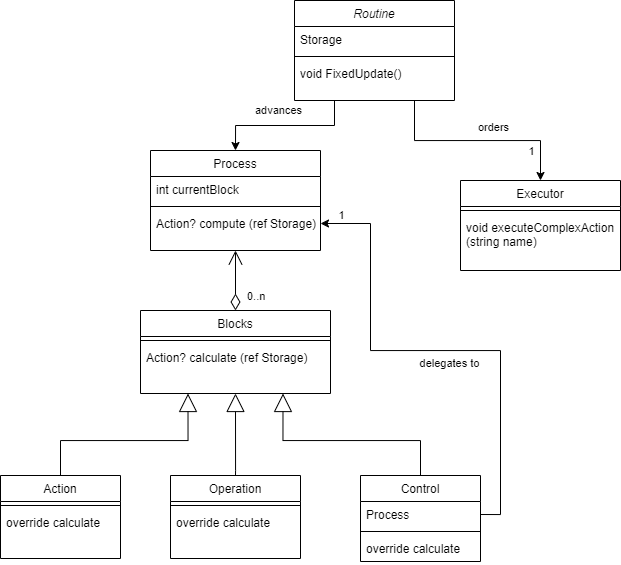
Before: Assets/Diagram.drawio.png, a diagram exported from draw.io (cahofman13/ThesisCH23). Source tidied: cells renumbered, new cells last; positions are measured from the earlier drawing's top-left corner, leaving out a move shared by most shapes.
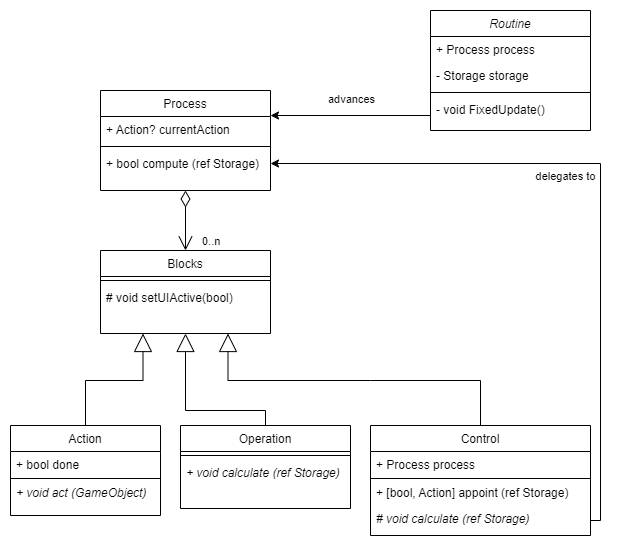
After the change.

What changed in the source:
```diff
@@ -2,111 +2,97 @@
   <root>
     <mxCell id="0" />
     <mxCell id="1" parent="0" />
-    <mxCell id="2" style="edgeStyle=orthogonalEdgeStyle;rounded=0;jettySize=auto;html=1;exitX=0.75;exitY=1;exitDx=0;exitDy=0;entryX=0.5;entryY=0;entryDx=0;entryDy=0;" parent="1" edge="1" source="8" target="19">
-      <mxGeometry relative="1" as="geometry" />
-    </mxCell>
-    <mxCell id="3" value="orders" style="edgeLabel;html=1;align=center;verticalAlign=middle;" parent="2" vertex="1">
-      <mxGeometry x="0.38" y="3" relative="1" as="geometry">
-        <mxPoint x="-23" y="-11" as="offset" />
-      </mxGeometry>
-    </mxCell>
-    <mxCell id="4" value="1" style="edgeLabel;html=1;align=center;verticalAlign=middle;" parent="2" vertex="1">
-      <mxGeometry x="0.46" y="-1" relative="1" as="geometry">
-        <mxPoint x="6" y="9" as="offset" />
-      </mxGeometry>
-    </mxCell>
-    <mxCell id="5" style="edgeStyle=orthogonalEdgeStyle;rounded=0;jettySize=auto;html=1;exitX=0.25;exitY=1;exitDx=0;exitDy=0;entryX=0.5;entryY=0;entryDx=0;entryDy=0;" parent="1" edge="1" source="8" target="15">
-      <mxGeometry relative="1" as="geometry" />
+    <mxCell id="5" style="edgeStyle=orthogonalEdgeStyle;rounded=0;jettySize=auto;html=1;exitX=0;exitY=0.5;exitDx=0;exitDy=0;entryX=1;entryY=0.25;entryDx=0;entryDy=0;" parent="1" edge="1" source="11" target="15">
+      <mxGeometry relative="1" as="geometry">
+        <Array as="points">
+          <mxPoint x="480" y="175" />
+        </Array>
+      </mxGeometry>
     </mxCell>
     <mxCell id="6" value="advances" style="edgeLabel;html=1;align=center;verticalAlign=middle;" parent="5" vertex="1">
       <mxGeometry x="0.27" y="1" relative="1" as="geometry">
-        <mxPoint x="13" y="-17" as="offset" />
+        <mxPoint x="21" y="-17" as="offset" />
       </mxGeometry>
     </mxCell>
-    <mxCell id="7" value="1" style="edgeLabel;html=1;align=center;verticalAlign=middle;" parent="5" vertex="1">
-      <mxGeometry x="0.51" y="2" relative="1" as="geometry">
-        <mxPoint x="5" y="28" as="offset" />
-      </mxGeometry>
-    </mxCell>
     <mxCell id="8" value="Routine" style="swimlane;fontStyle=2;align=center;verticalAlign=top;horizontal=1;startSize=26;rounded=0;shadow=0;strokeWidth=1;" parent="1" vertex="1">
-      <mxGeometry x="294" width="160" height="100" as="geometry" />
+      <mxGeometry x="480" y="70" width="160" height="120" as="geometry" />
     </mxCell>
+    <mxCell id="39" value="+ Process process" style="text;align=left;verticalAlign=top;spacingLeft=4;spacingRight=4;overflow=hidden;" parent="8" vertex="1">
+      <mxGeometry y="26" width="160" height="26" as="geometry" />
+    </mxCell>
-    <mxCell id="9" value="Storage" style="text;align=left;verticalAlign=top;spacingLeft=4;spacingRight=4;overflow=hidden;" parent="8" vertex="1">
-      <mxGeometry y="26" width="160" height="26" as="geometry" />
+    <mxCell id="9" value="- Storage storage" style="text;align=left;verticalAlign=top;spacingLeft=4;spacingRight=4;overflow=hidden;" parent="8" vertex="1">
+      <mxGeometry y="52" width="160" height="26" as="geometry" />
     </mxCell>
     <mxCell id="10" style="line;html=1;strokeWidth=1;align=left;verticalAlign=middle;spacingTop=-1;spacingLeft=3;spacingRight=3;labelPosition=right;" parent="8" vertex="1">
-      <mxGeometry y="52" width="160" height="8" as="geometry" />
+      <mxGeometry y="78" width="160" height="8" as="geometry" />
     </mxCell>
-    <mxCell id="11" value="void FixedUpdate() " style="text;align=left;verticalAlign=top;spacingLeft=4;spacingRight=4;overflow=hidden;points=[[0,0.5],[1,0.5]];portConstraint=eastwest;" parent="8" vertex="1">
-      <mxGeometry y="60" width="160" height="26" as="geometry" />
+    <mxCell id="11" value="- void FixedUpdate() " style="text;align=left;verticalAlign=top;spacingLeft=4;spacingRight=4;overflow=hidden;points=[[0,0.5],[1,0.5]];portConstraint=eastwest;" parent="8" vertex="1">
+      <mxGeometry y="86" width="160" height="34" as="geometry" />
     </mxCell>
     <mxCell id="12" value="Blocks" style="swimlane;fontStyle=0;align=center;verticalAlign=top;horizontal=1;startSize=26;rounded=0;shadow=0;strokeWidth=1;" parent="1" vertex="1">
-      <mxGeometry x="140" y="310" width="190" height="83" as="geometry" />
+      <mxGeometry x="150" y="310" width="170" height="83" as="geometry" />
     </mxCell>
     <mxCell id="13" style="line;html=1;strokeWidth=1;align=left;verticalAlign=middle;spacingTop=-1;spacingLeft=3;spacingRight=3;labelPosition=right;" parent="12" vertex="1">
-      <mxGeometry y="26" width="190" height="8" as="geometry" />
+      <mxGeometry y="26" width="170" height="8" as="geometry" />
     </mxCell>
-    <mxCell id="14" value="Action? calculate (ref Storage)" style="text;align=left;verticalAlign=top;spacingLeft=4;spacingRight=4;overflow=hidden;" parent="12" vertex="1">
-      <mxGeometry y="34" width="190" height="26" as="geometry" />
+    <mxCell id="14" value="# void setUIActive(bool)" style="text;align=left;verticalAlign=top;spacingLeft=4;spacingRight=4;overflow=hidden;" parent="12" vertex="1">
+      <mxGeometry y="34" width="170" height="26" as="geometry" />
     </mxCell>
     <mxCell id="15" value="Process" style="swimlane;fontStyle=0;align=center;verticalAlign=top;horizontal=1;startSize=26;rounded=0;shadow=0;strokeWidth=1;" parent="1" vertex="1">
       <mxGeometry x="150" y="150" width="170" height="100" as="geometry" />
     </mxCell>
-    <mxCell id="16" value="int currentBlock" style="text;align=left;verticalAlign=top;spacingLeft=4;spacingRight=4;overflow=hidden;" parent="15" vertex="1">
+    <mxCell id="16" value="+ Action? currentAction" style="text;align=left;verticalAlign=top;spacingLeft=4;spacingRight=4;overflow=hidden;" parent="15" vertex="1">
       <mxGeometry y="26" width="170" height="26" as="geometry" />
     </mxCell>
     <mxCell id="17" style="line;html=1;strokeWidth=1;align=left;verticalAlign=middle;spacingTop=-1;spacingLeft=3;spacingRight=3;labelPosition=right;" parent="15" vertex="1">
       <mxGeometry y="52" width="170" height="8" as="geometry" />
     </mxCell>
-    <mxCell id="18" value="Action? compute (ref Storage)" style="text;align=left;verticalAlign=top;spacingLeft=4;spacingRight=4;overflow=hidden;points=[[0,0.5],[1,0.5]];portConstraint=eastwest;" parent="15" vertex="1">
+    <mxCell id="18" value="+ bool compute (ref Storage)" style="text;align=left;verticalAlign=top;spacingLeft=4;spacingRight=4;overflow=hidden;points=[[0,0.5],[1,0.5]];portConstraint=eastwest;" parent="15" vertex="1">
       <mxGeometry y="60" width="170" height="26" as="geometry" />
     </mxCell>
-    <mxCell id="19" value="Executor" style="swimlane;fontStyle=0;align=center;verticalAlign=top;horizontal=1;startSize=26;rounded=0;shadow=0;strokeWidth=1;" parent="1" vertex="1">
-      <mxGeometry x="460" y="180" width="160" height="90" as="geometry" />
-    </mxCell>
-    <mxCell id="20" style="line;html=1;strokeWidth=1;align=left;verticalAlign=middle;spacingTop=-1;spacingLeft=3;spacingRight=3;labelPosition=right;" parent="19" vertex="1">
-      <mxGeometry y="26" width="160" height="8" as="geometry" />
-    </mxCell>
-    <mxCell id="21" value="void executeComplexAction &#10;(string name)" style="text;align=left;verticalAlign=top;spacingLeft=4;spacingRight=4;overflow=hidden;" parent="19" vertex="1">
-      <mxGeometry y="34" width="160" height="34" as="geometry" />
-    </mxCell>
-    <mxCell id="22" value="0..n" style="endArrow=open;html=1;endSize=12;startArrow=diamondThin;startSize=14;startFill=0;edgeStyle=orthogonalEdgeStyle;align=left;verticalAlign=bottom;rounded=0;exitX=0.5;exitY=0;exitDx=0;exitDy=0;entryX=0.5;entryY=1;entryDx=0;entryDy=0;" parent="1" edge="1" source="12" target="15">
-      <mxGeometry x="-0.84" y="-10" relative="1" as="geometry" />
+    <mxCell id="22" value="0..n" style="endArrow=open;html=1;endSize=12;startArrow=diamondThin;startSize=14;startFill=0;edgeStyle=orthogonalEdgeStyle;align=left;verticalAlign=bottom;rounded=0;entryX=0.5;entryY=0;entryDx=0;entryDy=0;exitX=0.5;exitY=1;exitDx=0;exitDy=0;" parent="1" edge="1" source="15" target="12">
+      <mxGeometry x="1" y="15" relative="1" as="geometry" />
     </mxCell>
     <mxCell id="23" value="Action" style="swimlane;fontStyle=0;align=center;verticalAlign=top;horizontal=1;startSize=26;rounded=0;shadow=0;strokeWidth=1;" parent="1" vertex="1">
-      <mxGeometry y="475" width="120" height="83" as="geometry" />
+      <mxGeometry x="60" y="485" width="150" height="90" as="geometry" />
     </mxCell>
+    <mxCell id="40" value="+ bool done" style="text;align=left;verticalAlign=top;spacingLeft=4;spacingRight=4;overflow=hidden;fontStyle=0;" parent="23" vertex="1">
+      <mxGeometry y="26" width="150" height="26" as="geometry" />
+    </mxCell>
     <mxCell id="24" style="line;html=1;strokeWidth=1;align=left;verticalAlign=middle;spacingTop=-1;spacingLeft=3;spacingRight=3;labelPosition=right;" parent="23" vertex="1">
-      <mxGeometry y="26" width="120" height="8" as="geometry" />
+      <mxGeometry y="52" width="150" height="2" as="geometry" />
     </mxCell>
-    <mxCell id="25" value="override calculate" style="text;align=left;verticalAlign=top;spacingLeft=4;spacingRight=4;overflow=hidden;" parent="23" vertex="1">
-      <mxGeometry y="34" width="120" height="26" as="geometry" />
+    <mxCell id="25" value="+ void act (GameObject)" style="text;align=left;verticalAlign=top;spacingLeft=4;spacingRight=4;overflow=hidden;fontStyle=2;" parent="23" vertex="1">
+      <mxGeometry y="54" width="150" height="26" as="geometry" />
     </mxCell>
     <mxCell id="26" value="Operation" style="swimlane;fontStyle=0;align=center;verticalAlign=top;horizontal=1;startSize=26;rounded=0;shadow=0;strokeWidth=1;" parent="1" vertex="1">
-      <mxGeometry x="170" y="475" width="130" height="83" as="geometry" />
+      <mxGeometry x="230" y="485" width="170" height="83" as="geometry" />
     </mxCell>
     <mxCell id="27" style="line;html=1;strokeWidth=1;align=left;verticalAlign=middle;spacingTop=-1;spacingLeft=3;spacingRight=3;labelPosition=right;" parent="26" vertex="1">
-      <mxGeometry y="26" width="130" height="8" as="geometry" />
+      <mxGeometry y="26" width="170" height="8" as="geometry" />
     </mxCell>
-    <mxCell id="28" value="override calculate" style="text;align=left;verticalAlign=top;spacingLeft=4;spacingRight=4;overflow=hidden;" parent="26" vertex="1">
-      <mxGeometry y="34" width="130" height="26" as="geometry" />
+    <mxCell id="28" value="+ void calculate (ref Storage)" style="text;align=left;verticalAlign=top;spacingLeft=4;spacingRight=4;overflow=hidden;fontStyle=2;" parent="26" vertex="1">
+      <mxGeometry y="34" width="170" height="46" as="geometry" />
     </mxCell>
     <mxCell id="29" value="Control" style="swimlane;fontStyle=0;align=center;verticalAlign=top;horizontal=1;startSize=26;rounded=0;shadow=0;strokeWidth=1;" parent="1" vertex="1">
-      <mxGeometry x="360" y="475" width="120" height="86" as="geometry" />
+      <mxGeometry x="420" y="485" width="220" height="110" as="geometry" />
     </mxCell>
-    <mxCell id="30" value="Process" style="text;align=left;verticalAlign=top;spacingLeft=4;spacingRight=4;overflow=hidden;points=[[0,0.5],[1,0.5]];portConstraint=eastwest;" parent="29" vertex="1">
-      <mxGeometry y="26" width="120" height="26" as="geometry" />
+    <mxCell id="30" value="+ Process process" style="text;align=left;verticalAlign=top;spacingLeft=4;spacingRight=4;overflow=hidden;points=[[0,0.5],[1,0.5]];portConstraint=eastwest;" parent="29" vertex="1">
+      <mxGeometry y="26" width="220" height="26" as="geometry" />
     </mxCell>
     <mxCell id="31" style="line;html=1;strokeWidth=1;align=left;verticalAlign=middle;spacingTop=-1;spacingLeft=3;spacingRight=3;labelPosition=right;" parent="29" vertex="1">
-      <mxGeometry y="52" width="120" height="8" as="geometry" />
+      <mxGeometry y="52" width="220" height="2" as="geometry" />
     </mxCell>
-    <mxCell id="32" value="override calculate" style="text;align=left;verticalAlign=top;spacingLeft=4;spacingRight=4;overflow=hidden;" parent="29" vertex="1">
-      <mxGeometry y="60" width="120" height="26" as="geometry" />
+    <mxCell id="32" value="+ [bool, Action] appoint (ref Storage)" style="text;align=left;verticalAlign=top;spacingLeft=4;spacingRight=4;overflow=hidden;" parent="29" vertex="1">
+      <mxGeometry y="54" width="220" height="26" as="geometry" />
     </mxCell>
+    <mxCell id="41" value="# void calculate (ref Storage)" style="text;align=left;verticalAlign=top;spacingLeft=4;spacingRight=4;overflow=hidden;points=[[0,0.5],[1,0.5]];portConstraint=eastwest;fontStyle=2;" parent="29" vertex="1">
+      <mxGeometry y="80" width="220" height="30" as="geometry" />
+    </mxCell>
     <mxCell id="33" style="endArrow=block;endSize=16;endFill=0;html=1;rounded=0;edgeStyle=orthogonalEdgeStyle;entryX=0.5;entryY=1;entryDx=0;entryDy=0;exitX=0.5;exitY=0;exitDx=0;exitDy=0;" parent="1" edge="1" source="26" target="12">
       <mxGeometry x="0.12" relative="1" as="geometry">
         <Array as="points">
-          <mxPoint x="235" y="470" />
+          <mxPoint x="315" y="470" />
           <mxPoint x="235" y="470" />
         </Array>
         <mxPoint x="-1" as="offset" />
@@ -124,31 +110,24 @@
     <mxCell id="35" style="endArrow=block;endSize=16;endFill=0;html=1;rounded=0;edgeStyle=orthogonalEdgeStyle;exitX=0.5;exitY=0;exitDx=0;exitDy=0;entryX=0.25;entryY=1;entryDx=0;entryDy=0;" parent="1" edge="1" source="23" target="12">
       <mxGeometry x="0.12" relative="1" as="geometry">
         <Array as="points">
-          <mxPoint x="60" y="440" />
-          <mxPoint x="188" y="440" />
+          <mxPoint x="135" y="440" />
+          <mxPoint x="193" y="440" />
         </Array>
         <mxPoint x="-1" as="offset" />
       </mxGeometry>
     </mxCell>
-    <mxCell id="36" style="edgeStyle=orthogonalEdgeStyle;rounded=0;jettySize=auto;html=1;exitX=1;exitY=0.5;exitDx=0;exitDy=0;entryX=1;entryY=0.5;entryDx=0;entryDy=0;" parent="1" edge="1" source="30" target="18">
+    <mxCell id="36" style="edgeStyle=orthogonalEdgeStyle;rounded=0;jettySize=auto;html=1;exitX=1;exitY=0.5;exitDx=0;exitDy=0;entryX=1;entryY=0.5;entryDx=0;entryDy=0;" parent="1" edge="1" source="41" target="18">
       <mxGeometry relative="1" as="geometry">
         <Array as="points">
-          <mxPoint x="500" y="514" />
-          <mxPoint x="500" y="350" />
-          <mxPoint x="370" y="350" />
-          <mxPoint x="370" y="223" />
+          <mxPoint x="650" y="580" />
+          <mxPoint x="650" y="223" />
         </Array>
       </mxGeometry>
     </mxCell>
     <mxCell id="37" value="delegates to" style="edgeLabel;html=1;align=center;verticalAlign=middle;" parent="36" vertex="1">
       <mxGeometry x="0.06" y="3" relative="1" as="geometry">
-        <mxPoint x="24" y="9" as="offset" />
+        <mxPoint x="-32" y="10" as="offset" />
       </mxGeometry>
     </mxCell>
-    <mxCell id="38" value="1" style="edgeLabel;html=1;align=center;verticalAlign=middle;" parent="36" vertex="1">
-      <mxGeometry x="0.81" y="5" relative="1" as="geometry">
-        <mxPoint x="-26" y="-14" as="offset" />
-      </mxGeometry>
-    </mxCell>
   </root>
 </mxGraphModel>
```
